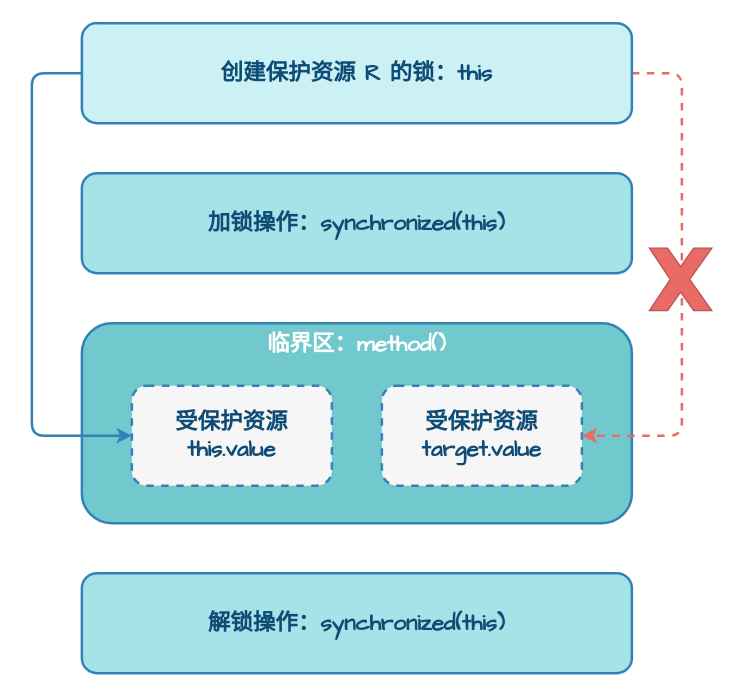
Earlier version of the draw.io diagram page "锁模型" (6 of 8) of assets/Java/JavaCore/并发/Java并发之内存模型.drawio (dunwu/waterdrop). Source tidied: cells renumbered, new cells numbered last; positions are measured from the earlier drawing's top-left corner, leaving out a move shared by most shapes. Both pictures are drawn from the tidied source at 125%, with x=0, y=0 at pixel (31, 22).
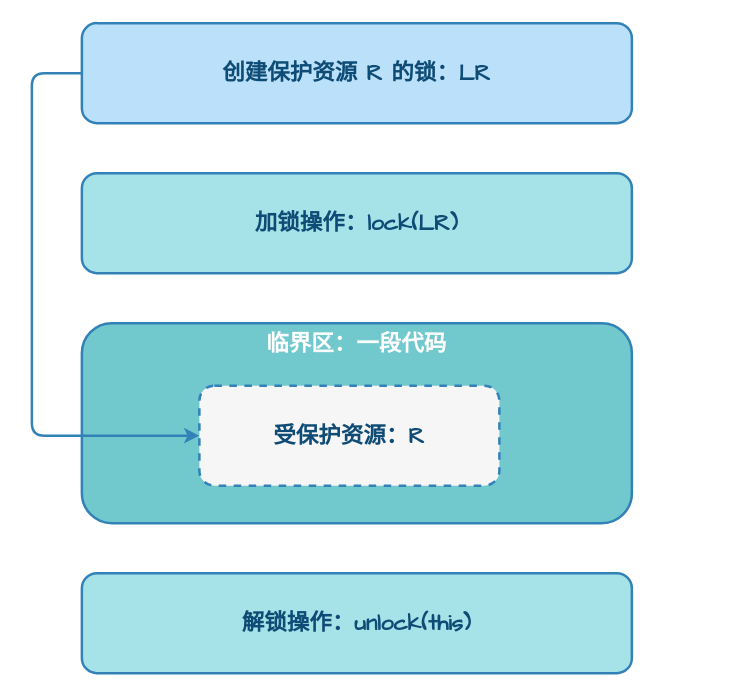
Above is the later version.

Change to the diagram source:
```diff
@@
 <mxGraphModel>
   <root>
     <mxCell id="0" />
     <mxCell id="1" parent="0" />
-    <mxCell id="2" value="临界区：method()" style="rounded=1;whiteSpace=wrap;html=1;hachureGap=4;strokeColor=#3282B8;fontFamily=Comic Sans MS;fontSize=18;fillColor=#71C9CE;fontStyle=1;shadow=0;strokeWidth=2;verticalAlign=top;fontColor=#FFFFFF;" parent="1" vertex="1">
+    <mxCell id="2" value="临界区：一段代码" style="rounded=1;whiteSpace=wrap;html=1;hachureGap=4;strokeColor=#3282B8;fontFamily=Comic Sans MS;fontSize=18;fillColor=#71C9CE;fontStyle=1;shadow=0;strokeWidth=2;verticalAlign=top;fontColor=#FFFFFF;" parent="1" vertex="1">
       <mxGeometry x="40" y="240" width="440" height="160" as="geometry" />
     </mxCell>
-    <mxCell id="3" value="受保护资源&lt;br&gt;this.value" style="rounded=1;whiteSpace=wrap;html=1;hachureGap=4;strokeColor=#3282B8;fontFamily=Comic Sans MS;fontSize=18;fillColor=#F6F6F6;fontStyle=1;shadow=0;fontColor=#0F4C75;strokeWidth=2;dashed=1;" parent="1" vertex="1">
-      <mxGeometry x="80" y="290" width="160" height="80" as="geometry" />
+    <mxCell id="3" value="受保护资源：R" style="rounded=1;whiteSpace=wrap;html=1;hachureGap=4;strokeColor=#3282B8;fontFamily=Comic Sans MS;fontSize=18;fillColor=#F6F6F6;fontStyle=1;shadow=0;fontColor=#0F4C75;strokeWidth=2;dashed=1;" parent="1" vertex="1">
+      <mxGeometry x="134" y="290" width="240" height="80" as="geometry" />
     </mxCell>
-    <mxCell id="4" value="受保护资源&lt;br&gt;target.value" style="rounded=1;whiteSpace=wrap;html=1;hachureGap=4;strokeColor=#3282B8;fontFamily=Comic Sans MS;fontSize=18;fillColor=#F6F6F6;fontStyle=1;shadow=0;fontColor=#0F4C75;strokeWidth=2;dashed=1;" parent="1" vertex="1">
-      <mxGeometry x="280" y="290" width="160" height="80" as="geometry" />
-    </mxCell>
-    <mxCell id="5" value="加锁操作：synchronized(this)" style="rounded=1;whiteSpace=wrap;html=1;hachureGap=4;strokeColor=#3282B8;fontFamily=Comic Sans MS;fontSize=18;fillColor=#A6E3E9;fontStyle=1;shadow=0;strokeWidth=2;verticalAlign=middle;fontColor=#0F4C75;" parent="1" vertex="1">
+    <mxCell id="5" value="加锁操作：lock(LR)" style="rounded=1;whiteSpace=wrap;html=1;hachureGap=4;strokeColor=#3282B8;fontFamily=Comic Sans MS;fontSize=18;fillColor=#A6E3E9;fontStyle=1;shadow=0;strokeWidth=2;verticalAlign=middle;fontColor=#0F4C75;" parent="1" vertex="1">
       <mxGeometry x="40" y="120" width="440" height="80" as="geometry" />
     </mxCell>
-    <mxCell id="6" value="解锁操作：synchronized(this)" style="rounded=1;whiteSpace=wrap;html=1;hachureGap=4;strokeColor=#3282B8;fontFamily=Comic Sans MS;fontSize=18;fillColor=#A6E3E9;fontStyle=1;shadow=0;strokeWidth=2;verticalAlign=middle;fontColor=#0F4C75;" parent="1" vertex="1">
+    <mxCell id="6" value="解锁操作：unlock(this)" style="rounded=1;whiteSpace=wrap;html=1;hachureGap=4;strokeColor=#3282B8;fontFamily=Comic Sans MS;fontSize=18;fillColor=#A6E3E9;fontStyle=1;shadow=0;strokeWidth=2;verticalAlign=middle;fontColor=#0F4C75;" parent="1" vertex="1">
       <mxGeometry x="40" y="440" width="440" height="80" as="geometry" />
     </mxCell>
     <mxCell id="7" style="edgeStyle=orthogonalEdgeStyle;shape=connector;rounded=1;jettySize=auto;html=1;entryX=0;entryY=0.5;entryDx=0;entryDy=0;labelBackgroundColor=default;strokeColor=#3282B8;strokeWidth=2;align=center;verticalAlign=middle;fontFamily=Helvetica;fontSize=11;fontColor=default;endArrow=classic;exitX=0;exitY=0.5;exitDx=0;exitDy=0;" parent="1" edge="1" source="9" target="3">
       <mxGeometry relative="1" as="geometry">
         <Array as="points">
           <mxPoint y="40" />
           <mxPoint y="330" />
         </Array>
       </mxGeometry>
     </mxCell>
-    <mxCell id="8" style="edgeStyle=orthogonalEdgeStyle;shape=connector;rounded=1;jettySize=auto;html=1;entryX=1;entryY=0.5;entryDx=0;entryDy=0;labelBackgroundColor=default;strokeColor=#EA6B66;strokeWidth=2;align=center;verticalAlign=middle;fontFamily=Helvetica;fontSize=11;fontColor=default;endArrow=classic;exitX=1;exitY=0.5;exitDx=0;exitDy=0;dashed=1;" parent="1" edge="1" source="9" target="4">
-      <mxGeometry relative="1" as="geometry">
-        <Array as="points">
-          <mxPoint x="520" y="40" />
-          <mxPoint x="520" y="330" />
-        </Array>
-      </mxGeometry>
-    </mxCell>
-    <mxCell id="9" value="创建保护资源 R 的锁：this" style="rounded=1;whiteSpace=wrap;html=1;hachureGap=4;strokeColor=#3282B8;fontFamily=Comic Sans MS;fontSize=18;fillColor=#CBF1F5;fontStyle=1;shadow=0;strokeWidth=2;verticalAlign=middle;fontColor=#0F4C75;" parent="1" vertex="1">
+    <mxCell id="9" value="创建保护资源 R 的锁：LR" style="rounded=1;whiteSpace=wrap;html=1;hachureGap=4;strokeColor=#3282B8;fontFamily=Comic Sans MS;fontSize=18;fillColor=#BBE1FA;fontStyle=1;shadow=0;strokeWidth=2;verticalAlign=middle;fontColor=#0F4C75;" parent="1" vertex="1">
       <mxGeometry x="40" width="440" height="80" as="geometry" />
     </mxCell>
-    <mxCell id="10" style="verticalLabelPosition=bottom;verticalAlign=top;html=1;shape=mxgraph.basic.x;fontFamily=Helvetica;fontSize=11;fillColor=#EA6B66;strokeColor=#b85450;" parent="1" vertex="1">
-      <mxGeometry x="494" y="180" width="50" height="50" as="geometry" />
-    </mxCell>
   </root>
 </mxGraphModel>
```
